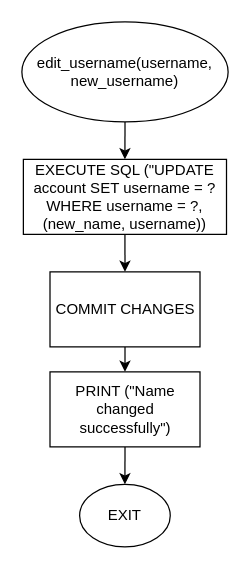
Earlier version of the draw.io diagram flowcharts/nahin/function 3 (edit_username).drawio (xprotonium/mrt-portal). Source tidied: cells renumbered, new cells numbered last; positions are measured from the earlier drawing's top-left corner, leaving out a move shared by most shapes. Both pictures are drawn from the tidied source at 125%, with x=0, y=0 at pixel (21, 21).
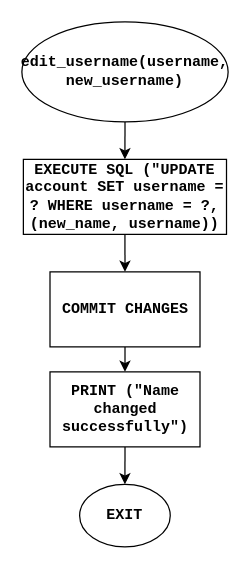
After the change.

The edit, as a diff of the source:
```diff
@@
 <mxGraphModel>
   <root>
     <mxCell id="0" />
     <mxCell id="1" parent="0" />
-    <mxCell id="2" style="edgeStyle=orthogonalEdgeStyle;rounded=0;jettySize=auto;html=1;exitX=0.5;exitY=1;exitDx=0;exitDy=0;entryX=0.5;entryY=0;entryDx=0;entryDy=0;" parent="1" edge="1" source="3" target="5">
+    <mxCell id="2" style="edgeStyle=orthogonalEdgeStyle;rounded=0;jettySize=auto;html=1;exitX=0.5;exitY=1;exitDx=0;exitDy=0;entryX=0.5;entryY=0;entryDx=0;entryDy=0;fontFamily=Courier New;fontStyle=1;" parent="1" edge="1" source="3" target="5">
       <mxGeometry relative="1" as="geometry" />
     </mxCell>
-    <mxCell id="3" value="edit_username(username, new_username)" style="ellipse;whiteSpace=wrap;html=1;" parent="1" vertex="1">
+    <mxCell id="3" value="edit_username(username, new_username)" style="ellipse;whiteSpace=wrap;html=1;fontFamily=Courier New;fontStyle=1;" parent="1" vertex="1">
       <mxGeometry width="165" height="80" as="geometry" />
     </mxCell>
-    <mxCell id="4" style="edgeStyle=orthogonalEdgeStyle;rounded=0;jettySize=auto;html=1;exitX=0.5;exitY=1;exitDx=0;exitDy=0;entryX=0.5;entryY=0;entryDx=0;entryDy=0;" parent="1" edge="1" source="5" target="7">
+    <mxCell id="4" style="edgeStyle=orthogonalEdgeStyle;rounded=0;jettySize=auto;html=1;exitX=0.5;exitY=1;exitDx=0;exitDy=0;entryX=0.5;entryY=0;entryDx=0;entryDy=0;fontFamily=Courier New;fontStyle=1;" parent="1" edge="1" source="5" target="7">
       <mxGeometry relative="1" as="geometry" />
     </mxCell>
-    <mxCell id="5" value="EXECUTE SQL (&quot;UPDATE account SET username = ? WHERE username = ?, (new_name, username))" style="rounded=0;whiteSpace=wrap;html=1;" parent="1" vertex="1">
+    <mxCell id="5" value="EXECUTE SQL (&quot;UPDATE account SET username = ? WHERE username = ?, (new_name, username))" style="rounded=0;whiteSpace=wrap;html=1;fontFamily=Courier New;fontStyle=1;" parent="1" vertex="1">
       <mxGeometry x="1.2" y="110" width="162.5" height="60" as="geometry" />
     </mxCell>
-    <mxCell id="6" style="edgeStyle=orthogonalEdgeStyle;rounded=0;jettySize=auto;html=1;exitX=0.5;exitY=1;exitDx=0;exitDy=0;entryX=0.5;entryY=0;entryDx=0;entryDy=0;" parent="1" edge="1" source="7" target="9">
+    <mxCell id="6" style="edgeStyle=orthogonalEdgeStyle;rounded=0;jettySize=auto;html=1;exitX=0.5;exitY=1;exitDx=0;exitDy=0;entryX=0.5;entryY=0;entryDx=0;entryDy=0;fontFamily=Courier New;fontStyle=1;" parent="1" edge="1" source="7" target="9">
       <mxGeometry relative="1" as="geometry" />
     </mxCell>
-    <mxCell id="7" value="COMMIT CHANGES" style="rounded=0;whiteSpace=wrap;html=1;" parent="1" vertex="1">
+    <mxCell id="7" value="COMMIT CHANGES" style="rounded=0;whiteSpace=wrap;html=1;fontFamily=Courier New;fontStyle=1;" parent="1" vertex="1">
       <mxGeometry x="22.5" y="200" width="120" height="60" as="geometry" />
     </mxCell>
-    <mxCell id="8" style="edgeStyle=orthogonalEdgeStyle;rounded=0;jettySize=auto;html=1;exitX=0.5;exitY=1;exitDx=0;exitDy=0;entryX=0.5;entryY=0;entryDx=0;entryDy=0;" parent="1" edge="1" source="9" target="10">
+    <mxCell id="8" style="edgeStyle=orthogonalEdgeStyle;rounded=0;jettySize=auto;html=1;exitX=0.5;exitY=1;exitDx=0;exitDy=0;entryX=0.5;entryY=0;entryDx=0;entryDy=0;fontFamily=Courier New;fontStyle=1;" parent="1" edge="1" source="9" target="10">
       <mxGeometry relative="1" as="geometry" />
     </mxCell>
-    <mxCell id="9" value="PRINT (&quot;Name changed successfully&quot;)" style="rounded=0;whiteSpace=wrap;html=1;" parent="1" vertex="1">
+    <mxCell id="9" value="PRINT (&quot;Name changed successfully&quot;)" style="rounded=0;whiteSpace=wrap;html=1;fontFamily=Courier New;fontStyle=1;" parent="1" vertex="1">
       <mxGeometry x="22.5" y="280" width="120" height="60" as="geometry" />
     </mxCell>
-    <mxCell id="10" value="EXIT" style="ellipse;whiteSpace=wrap;html=1;" parent="1" vertex="1">
+    <mxCell id="10" value="EXIT" style="ellipse;whiteSpace=wrap;html=1;fontFamily=Courier New;fontStyle=1;" parent="1" vertex="1">
       <mxGeometry x="46.2" y="370" width="72.5" height="50" as="geometry" />
     </mxCell>
   </root>
 </mxGraphModel>
```
